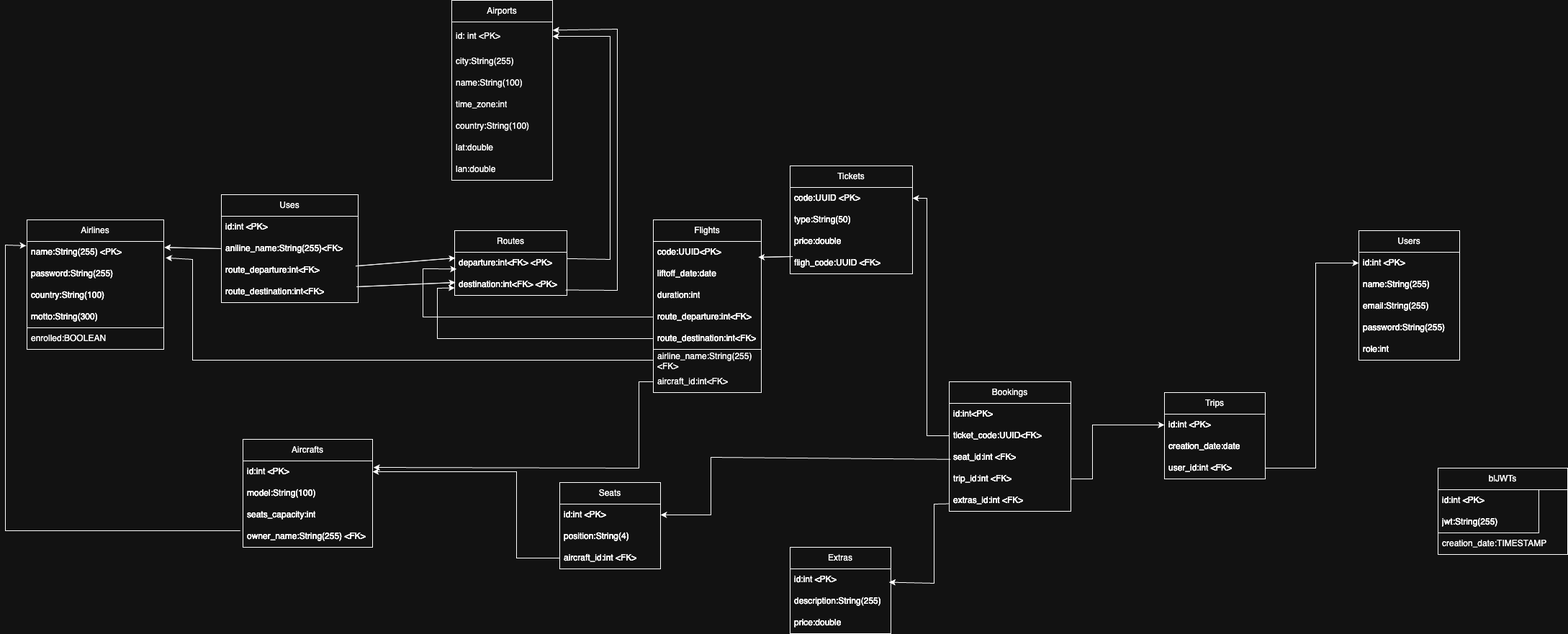
Above: backend/database/TAWdb.drawio.png in CunioloRaffaele/TAW (draw.io), before the change. Source tidied: cells renumbered, new cells last; positions are measured from the earlier drawing's top-left corner, leaving out a move shared by most shapes.
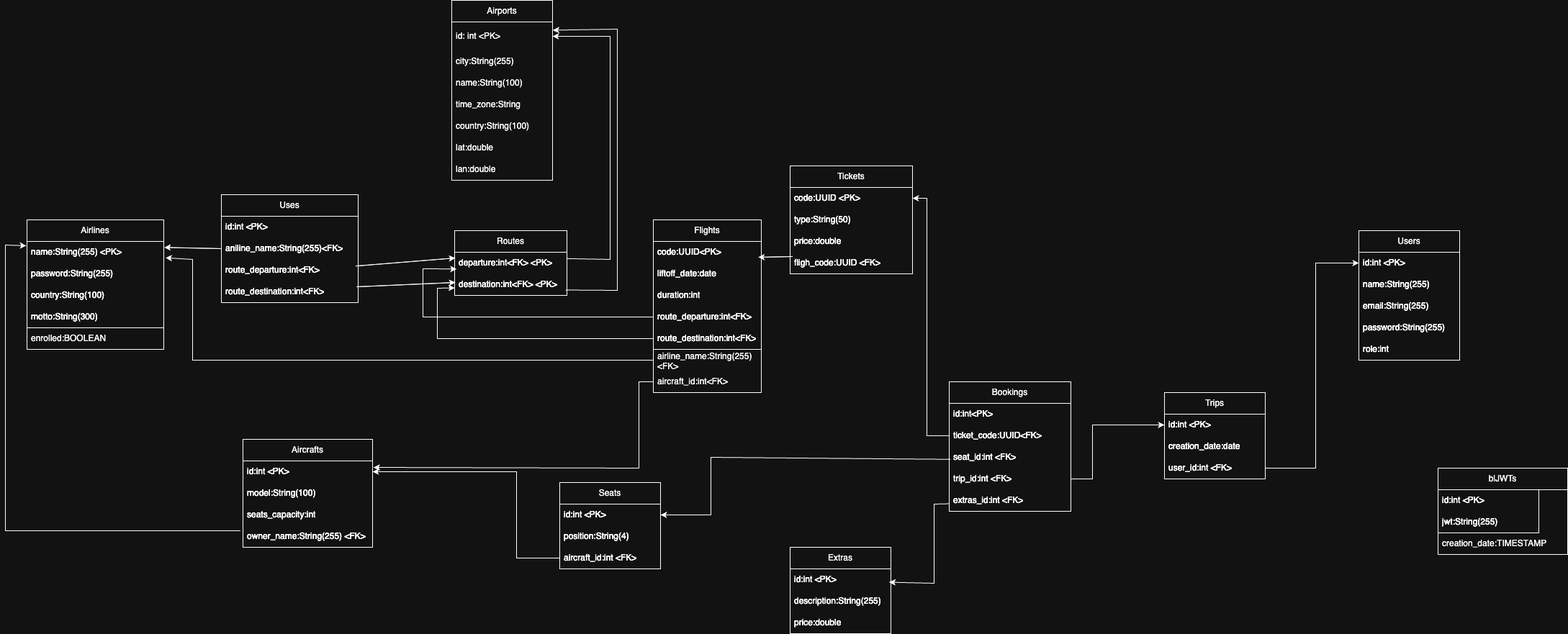
The same file after the commit.

The edit, as a diff of the source:
```diff
@@ -334,7 +334,7 @@
     <mxCell id="96" value="name:String(100)" style="text;strokeColor=none;fillColor=none;align=left;verticalAlign=middle;spacingLeft=4;spacingRight=4;overflow=hidden;whiteSpace=wrap;html=1;" parent="93" vertex="1">
       <mxGeometry y="100" width="140" height="30" as="geometry" />
     </mxCell>
-    <mxCell id="97" value="time_zone:int" style="text;strokeColor=none;fillColor=none;align=left;verticalAlign=middle;spacingLeft=4;spacingRight=4;overflow=hidden;whiteSpace=wrap;html=1;" parent="93" vertex="1">
+    <mxCell id="97" value="time_zone:String" style="text;strokeColor=none;fillColor=none;align=left;verticalAlign=middle;spacingLeft=4;spacingRight=4;overflow=hidden;whiteSpace=wrap;html=1;" parent="93" vertex="1">
       <mxGeometry y="130" width="140" height="30" as="geometry" />
     </mxCell>
     <mxCell id="98" value="country:String(100)" style="text;strokeColor=none;fillColor=none;align=left;verticalAlign=middle;spacingLeft=4;spacingRight=4;overflow=hidden;whiteSpace=wrap;html=1;" parent="93" vertex="1">
```
